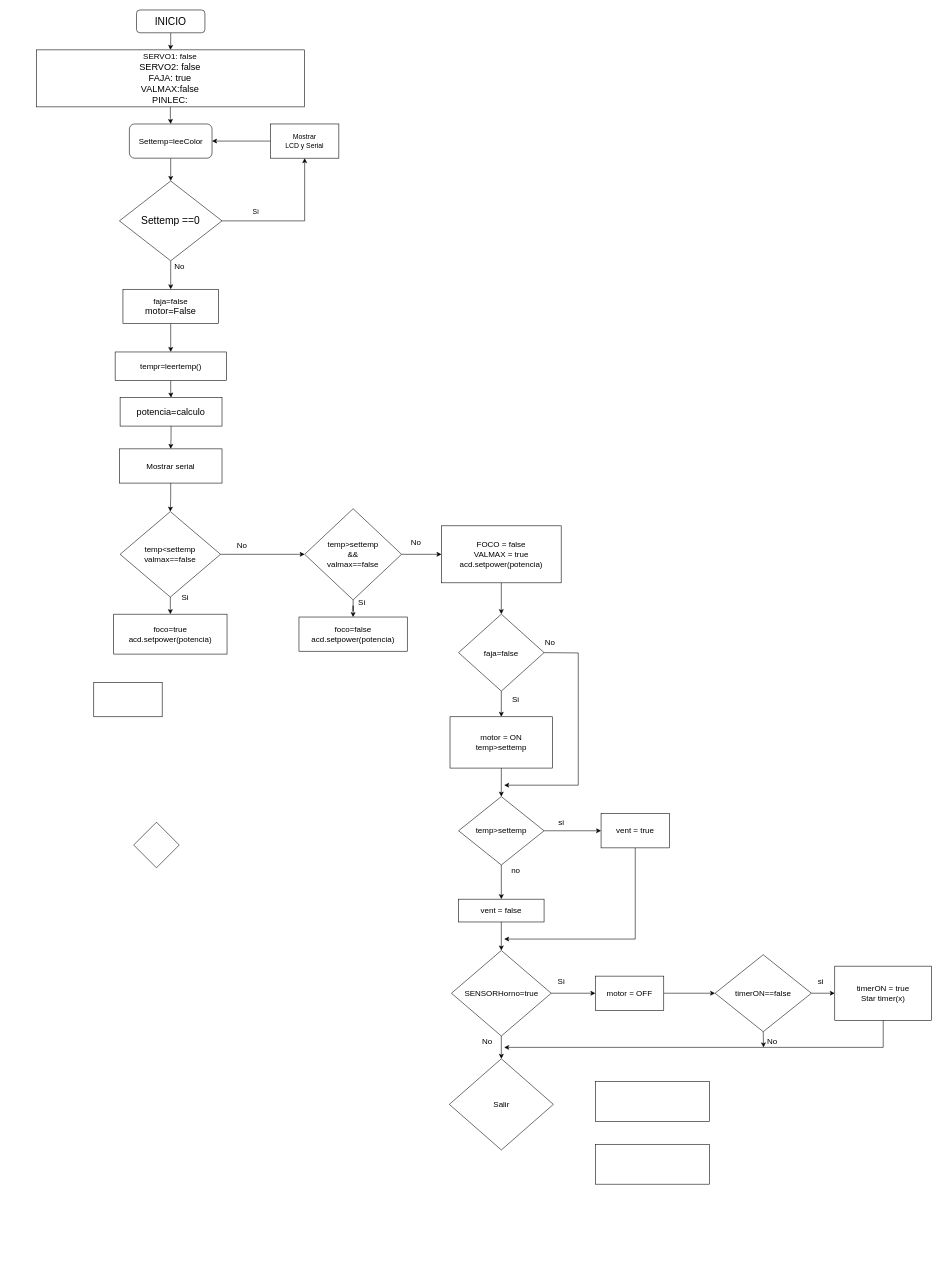
Before: Diagrama_d_flujo.drawio in Haroldajnp21/Faja_embebidos_UPAO, a draw.io diagram. Source tidied: cells renumbered, new cells numbered last; positions are measured from the earlier drawing's top-left corner, leaving out a move shared by most shapes. Both pictures are drawn from the tidied source at 57%, with x=0, y=0 at pixel (36, 10).
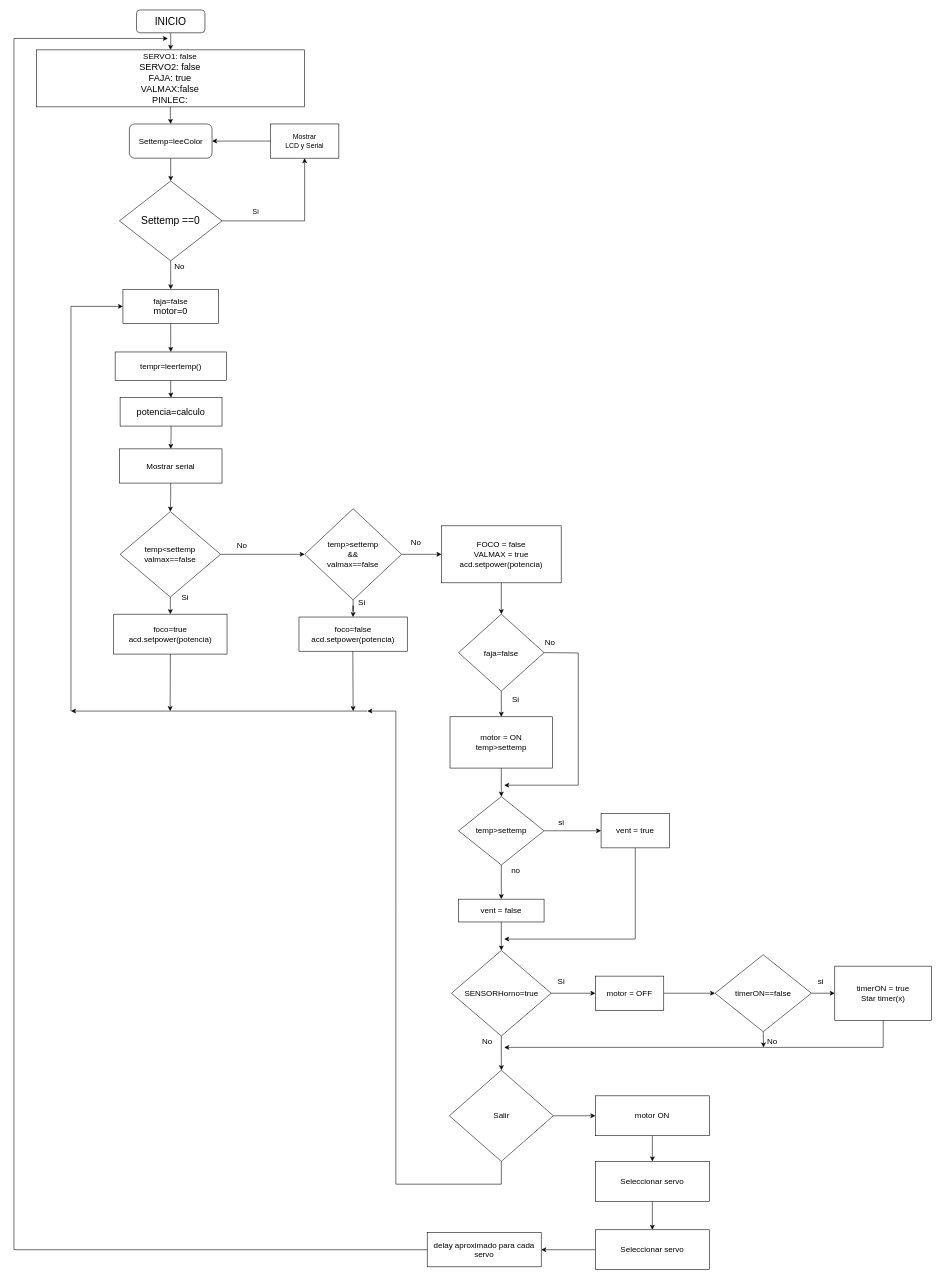
Above is the later version.

Unchanged cells that the change refers to:
```xml
<mxCell id="25" value="&lt;div&gt;foco=true &lt;br&gt;&lt;/div&gt;&lt;div&gt;acd.setpower(potencia)&lt;br&gt;&lt;/div&gt;" style="rounded=0;whiteSpace=wrap;html=1;fontSize=14;" parent="1" vertex="1">
  <mxGeometry x="136" y="1060" width="198.8" height="70" as="geometry" />
</mxCell>
```

What changed in the source:
```diff
@@
-    <mxCell id="15" value="&lt;div&gt;&lt;font style=&quot;font-size: 14px;&quot;&gt;faja=false&lt;/font&gt;&lt;/div&gt;&lt;div&gt;&lt;font size=&quot;3&quot;&gt;motor=False&lt;br&gt;&lt;/font&gt;&lt;/div&gt;" style="rounded=0;whiteSpace=wrap;html=1;" parent="1" vertex="1">
+    <mxCell id="15" value="&lt;div&gt;&lt;font style=&quot;font-size: 14px;&quot;&gt;faja=false&lt;/font&gt;&lt;/div&gt;&lt;div&gt;&lt;font size=&quot;3&quot;&gt;motor=0&lt;/font&gt;&lt;/div&gt;" style="rounded=0;whiteSpace=wrap;html=1;" parent="1" vertex="1">
       <mxGeometry x="152.2" y="490" width="167.5" height="60" as="geometry" />
     </mxCell>
@@
-    <mxCell id="35" style="rounded=0;whiteSpace=wrap;html=1;fontSize=14;" parent="1" vertex="1">
-      <mxGeometry x="101" y="1180" width="120" height="60" as="geometry" />
-    </mxCell>
@@
-    <mxCell id="38" style="rhombus;whiteSpace=wrap;html=1;fontSize=14;" parent="1" vertex="1">
-      <mxGeometry x="171" y="1425" width="80" height="80" as="geometry" />
-    </mxCell>
@@
+    <mxCell id="72" style="edgeStyle=orthogonalEdgeStyle;rounded=0;jettySize=auto;html=1;fontSize=14;" parent="1" edge="1" source="60" target="70">
+      <mxGeometry relative="1" as="geometry" />
+    </mxCell>
     <mxCell id="60" value="Salir" style="rhombus;whiteSpace=wrap;html=1;fontSize=14;" parent="1" vertex="1">
-      <mxGeometry x="724.8" y="1840" width="182.5" height="160" as="geometry" />
+      <mxGeometry x="724.8" y="1860" width="182.5" height="160" as="geometry" />
     </mxCell>
@@
+    <mxCell id="73" style="edgeStyle=orthogonalEdgeStyle;rounded=0;jettySize=auto;html=1;fontSize=14;" parent="1" edge="1" source="70" target="71">
+      <mxGeometry relative="1" as="geometry" />
+    </mxCell>
-    <mxCell id="70" style="rounded=0;whiteSpace=wrap;html=1;fontSize=14;" parent="1" vertex="1">
-      <mxGeometry x="981" y="1880" width="200" height="70" as="geometry" />
+    <mxCell id="70" value="motor ON" style="rounded=0;whiteSpace=wrap;html=1;fontSize=14;" parent="1" vertex="1">
+      <mxGeometry x="981" y="1905" width="200" height="70" as="geometry" />
     </mxCell>
+    <mxCell id="74" style="edgeStyle=orthogonalEdgeStyle;rounded=0;jettySize=auto;html=1;fontSize=14;" parent="1" edge="1" source="71" target="77">
+      <mxGeometry relative="1" as="geometry" />
+    </mxCell>
-    <mxCell id="71" style="rounded=0;whiteSpace=wrap;html=1;fontSize=14;" parent="1" vertex="1">
-      <mxGeometry x="981" y="1990" width="200" height="70" as="geometry" />
+    <mxCell id="71" value="Seleccionar servo" style="rounded=0;whiteSpace=wrap;html=1;fontSize=14;" parent="1" vertex="1">
+      <mxGeometry x="981" y="2020" width="200" height="70" as="geometry" />
     </mxCell>
+    <mxCell id="75" value="delay aproximado para cada servo" style="rounded=0;whiteSpace=wrap;html=1;fontSize=14;" parent="1" vertex="1">
+      <mxGeometry x="686" y="2145" width="200" height="60" as="geometry" />
+    </mxCell>
+    <mxCell id="76" style="edgeStyle=orthogonalEdgeStyle;rounded=0;jettySize=auto;html=1;fontSize=14;" parent="1" edge="1" source="77" target="75">
+      <mxGeometry relative="1" as="geometry" />
+    </mxCell>
+    <mxCell id="77" value="Seleccionar servo" style="rounded=0;whiteSpace=wrap;html=1;fontSize=14;" parent="1" vertex="1">
+      <mxGeometry x="981" y="2140" width="200" height="70" as="geometry" />
+    </mxCell>
+    <mxCell id="78" style="endArrow=classic;html=1;rounded=0;fontSize=14;exitX=0;exitY=0.5;exitDx=0;exitDy=0;" parent="1" edge="1" source="75">
+      <mxGeometry relative="1" as="geometry">
+        <mxPoint x="231" y="50" as="targetPoint" />
+        <Array as="points">
+          <mxPoint x="-39" y="2175" />
+          <mxPoint x="-39" y="1690" />
+          <mxPoint x="-39" y="1020" />
+          <mxPoint x="-39" y="50" />
+        </Array>
+      </mxGeometry>
+    </mxCell>
+    <mxCell id="79" style="endArrow=classic;html=1;rounded=0;fontSize=14;" parent="1" edge="1">
+      <mxGeometry relative="1" as="geometry">
+        <mxPoint x="581" y="1230" as="sourcePoint" />
+        <mxPoint x="61" y="1230" as="targetPoint" />
+      </mxGeometry>
+    </mxCell>
+    <mxCell id="80" style="endArrow=classic;html=1;rounded=0;fontSize=14;exitX=0.5;exitY=1;exitDx=0;exitDy=0;" parent="1" edge="1" source="25">
+      <mxGeometry relative="1" as="geometry">
+        <mxPoint x="235" y="1230" as="targetPoint" />
+      </mxGeometry>
+    </mxCell>
+    <mxCell id="81" style="endArrow=classic;html=1;rounded=0;fontSize=14;" parent="1" edge="1">
+      <mxGeometry x="-1" y="78" relative="1" as="geometry">
+        <mxPoint x="555.5" y="1125" as="sourcePoint" />
+        <mxPoint x="556" y="1230" as="targetPoint" />
+        <mxPoint x="-28" y="-60" as="offset" />
+      </mxGeometry>
+    </mxCell>
+    <mxCell id="82" style="endArrow=classic;html=1;rounded=0;fontSize=14;exitX=0.5;exitY=1;exitDx=0;exitDy=0;" parent="1" edge="1" source="60">
+      <mxGeometry relative="1" as="geometry">
+        <mxPoint x="581" y="1230" as="targetPoint" />
+        <Array as="points">
+          <mxPoint x="816" y="2060" />
+          <mxPoint x="631" y="2060" />
+          <mxPoint x="631" y="1570" />
+          <mxPoint x="631" y="1230" />
+        </Array>
+      </mxGeometry>
+    </mxCell>
+    <mxCell id="83" style="endArrow=classic;html=1;rounded=0;fontSize=14;entryX=0;entryY=0.5;entryDx=0;entryDy=0;" parent="1" edge="1" target="15">
+      <mxGeometry relative="1" as="geometry">
+        <mxPoint x="61" y="1230" as="sourcePoint" />
+        <Array as="points">
+          <mxPoint x="61" y="520" />
+        </Array>
+      </mxGeometry>
+    </mxCell>
```
